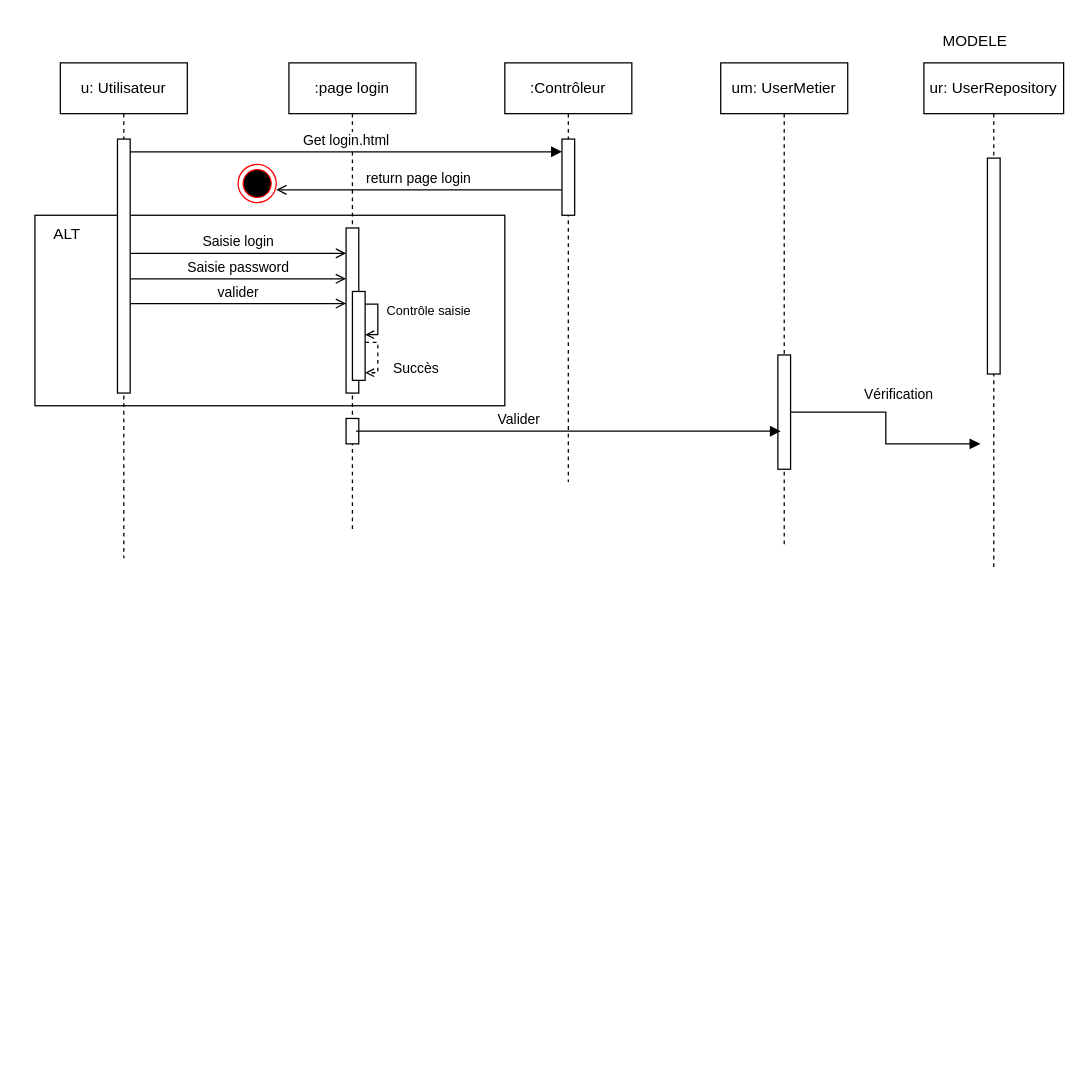
Before: Ecommerce_ds_sauthentifier.drawio in Steony/BeautyBookerApp, a draw.io diagram. Source tidied: cells renumbered, new cells numbered last; positions are measured from the earlier drawing's top-left corner, leaving out a move shared by most shapes. Both pictures are drawn from the tidied source at 127%, with x=0, y=0 at pixel (34, 22).
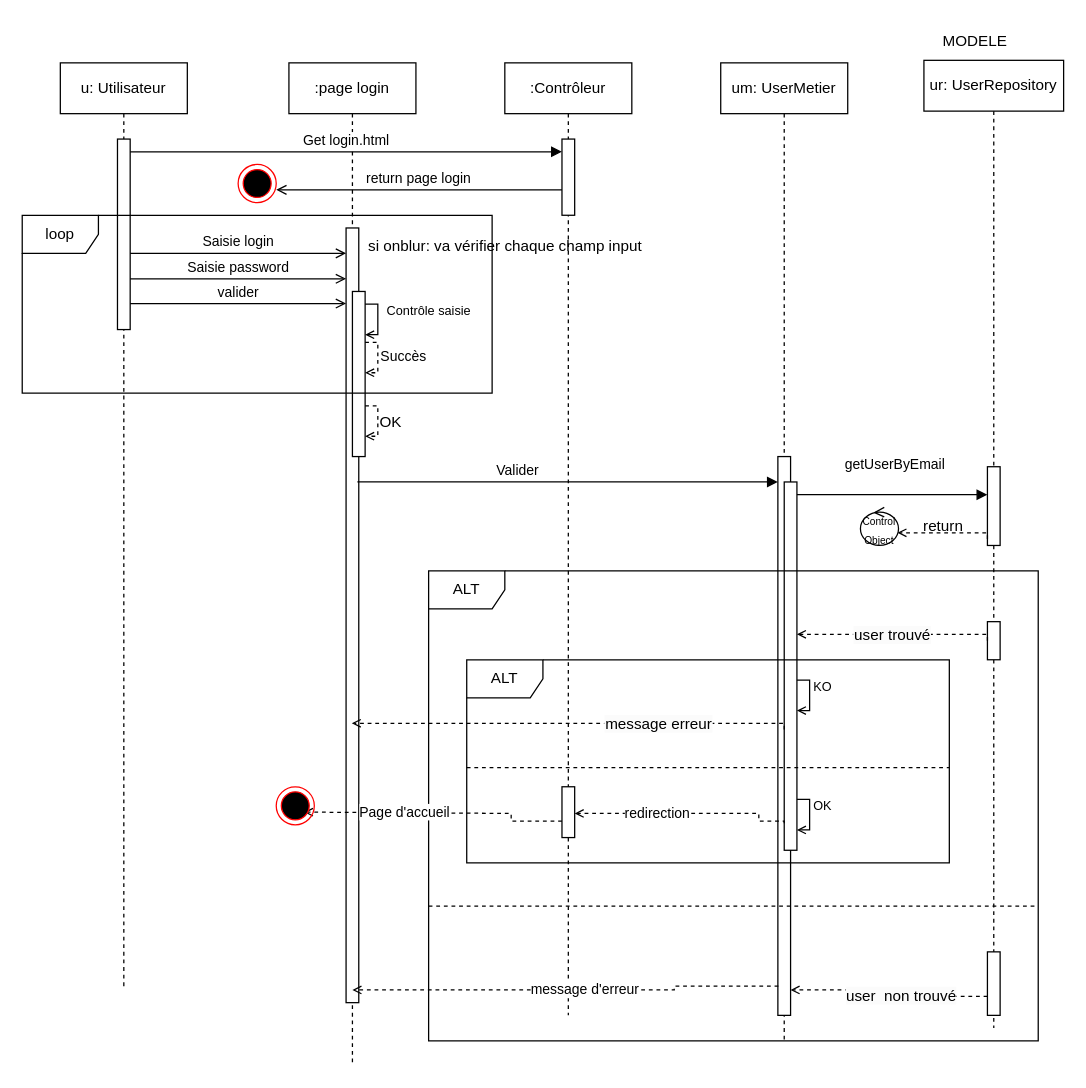
Above is the later version.

Commit message:
Mettre à jour Ecommerce_ds_sauthentifier.drawio

What changed in the source:
```diff
@@
-    <mxCell id="2" style="html=1;whiteSpace=wrap;" parent="1" vertex="1">
-      <mxGeometry y="152" width="370" height="150" as="geometry" />
-    </mxCell>
     <mxCell id="3" value="u: Utilisateur" style="shape=umlLifeline;perimeter=lifelinePerimeter;whiteSpace=wrap;html=1;newEdgeStyle={&quot;edgeStyle&quot;:&quot;elbowEdgeStyle&quot;,&quot;elbow&quot;:&quot;vertical&quot;,&quot;curved&quot;:0,&quot;rounded&quot;:0};" parent="1" vertex="1">
-      <mxGeometry x="20" y="32" width="100" height="390" as="geometry" />
+      <mxGeometry x="20" y="32" width="100" height="730" as="geometry" />
     </mxCell>
     <mxCell id="4" style="html=1;points=[];perimeter=orthogonalPerimeter;outlineConnect=0;targetShapes=umlLifeline;portConstraint=eastwest;newEdgeStyle={&quot;edgeStyle&quot;:&quot;elbowEdgeStyle&quot;,&quot;elbow&quot;:&quot;vertical&quot;,&quot;curved&quot;:0,&quot;rounded&quot;:0};" parent="3" vertex="1">
-      <mxGeometry x="45" y="60" width="10" height="200" as="geometry" />
+      <mxGeometry x="45" y="60" width="10" height="150" as="geometry" />
     </mxCell>
     <mxCell id="5" value=":page login" style="shape=umlLifeline;perimeter=lifelinePerimeter;whiteSpace=wrap;html=1;outlineConnect=0;portConstraint=eastwest;newEdgeStyle={&quot;edgeStyle&quot;:&quot;elbowEdgeStyle&quot;,&quot;elbow&quot;:&quot;vertical&quot;,&quot;curved&quot;:0,&quot;rounded&quot;:0};" parent="1" vertex="1">
-      <mxGeometry x="200" y="32" width="100" height="370" as="geometry" />
+      <mxGeometry x="200" y="32" width="100" height="790" as="geometry" />
     </mxCell>
     <mxCell id="6" style="html=1;points=[];perimeter=orthogonalPerimeter;outlineConnect=0;targetShapes=umlLifeline;portConstraint=eastwest;newEdgeStyle={&quot;edgeStyle&quot;:&quot;elbowEdgeStyle&quot;,&quot;elbow&quot;:&quot;vertical&quot;,&quot;curved&quot;:0,&quot;rounded&quot;:0};" parent="5" vertex="1">
-      <mxGeometry x="45" y="130" width="10" height="130" as="geometry" />
+      <mxGeometry x="45" y="130" width="10" height="610" as="geometry" />
     </mxCell>
     <mxCell id="7" style="html=1;points=[];perimeter=orthogonalPerimeter;outlineConnect=0;targetShapes=umlLifeline;portConstraint=eastwest;newEdgeStyle={&quot;edgeStyle&quot;:&quot;elbowEdgeStyle&quot;,&quot;elbow&quot;:&quot;vertical&quot;,&quot;curved&quot;:0,&quot;rounded&quot;:0};" parent="5" vertex="1">
-      <mxGeometry x="50" y="180" width="10" height="70" as="geometry" />
+      <mxGeometry x="50" y="180" width="10" height="130" as="geometry" />
     </mxCell>
@@
-    <mxCell id="9" style="html=1;perimeter=orthogonalPerimeter;targetShapes=umlLifeline;newEdgeStyle={&quot;edgeStyle&quot;:&quot;elbowEdgeStyle&quot;,&quot;elbow&quot;:&quot;vertical&quot;,&quot;curved&quot;:0,&quot;rounded&quot;:0};" parent="5" vertex="1">
-      <mxGeometry x="45" y="280" width="10" height="20" as="geometry" />
-    </mxCell>
+    <mxCell id="28" style="html=1;verticalAlign=bottom;endArrow=open;edgeStyle=orthogonalEdgeStyle;elbow=vertical;rounded=0;endFill=0;jumpSize=4;startSize=4;endSize=5;dashed=1;" parent="5" edge="1" source="7" target="7">
+      <mxGeometry x="-0.09" y="10" relative="1" as="geometry">
+        <Array as="points">
+          <mxPoint x="70" y="270" />
+          <mxPoint x="70" y="294" />
+        </Array>
+      </mxGeometry>
+    </mxCell>
@@
     <mxCell id="12" value=":Contrôleur" style="shape=umlLifeline;perimeter=lifelinePerimeter;whiteSpace=wrap;html=1;newEdgeStyle={&quot;edgeStyle&quot;:&quot;elbowEdgeStyle&quot;,&quot;elbow&quot;:&quot;vertical&quot;,&quot;curved&quot;:0,&quot;rounded&quot;:0};" parent="1" vertex="1">
-      <mxGeometry x="370" y="32" width="100" height="330" as="geometry" />
+      <mxGeometry x="370" y="32" width="100" height="750" as="geometry" />
     </mxCell>
@@
     <mxCell id="14" value="um: UserMetier" style="shape=umlLifeline;perimeter=lifelinePerimeter;whiteSpace=wrap;html=1;newEdgeStyle={&quot;edgeStyle&quot;:&quot;elbowEdgeStyle&quot;,&quot;elbow&quot;:&quot;vertical&quot;,&quot;curved&quot;:0,&quot;rounded&quot;:0};" parent="1" vertex="1">
-      <mxGeometry x="540" y="32" width="100" height="380" as="geometry" />
+      <mxGeometry x="540" y="32" width="100" height="770" as="geometry" />
     </mxCell>
     <mxCell id="15" style="html=1;points=[];perimeter=orthogonalPerimeter;outlineConnect=0;targetShapes=umlLifeline;portConstraint=eastwest;newEdgeStyle={&quot;edgeStyle&quot;:&quot;elbowEdgeStyle&quot;,&quot;elbow&quot;:&quot;vertical&quot;,&quot;curved&quot;:0,&quot;rounded&quot;:0};" parent="14" vertex="1">
-      <mxGeometry x="45" y="230" width="10" height="90" as="geometry" />
+      <mxGeometry x="45" y="310" width="10" height="440" as="geometry" />
     </mxCell>
+    <mxCell id="29" style="html=1;points=[];perimeter=orthogonalPerimeter;outlineConnect=0;targetShapes=umlLifeline;portConstraint=eastwest;newEdgeStyle={&quot;edgeStyle&quot;:&quot;elbowEdgeStyle&quot;,&quot;elbow&quot;:&quot;vertical&quot;,&quot;curved&quot;:0,&quot;rounded&quot;:0};" parent="14" vertex="1">
+      <mxGeometry x="50" y="330" width="10" height="290" as="geometry" />
+    </mxCell>
     <mxCell id="16" value="ur: UserRepository" style="shape=umlLifeline;perimeter=lifelinePerimeter;whiteSpace=wrap;html=1;newEdgeStyle={&quot;edgeStyle&quot;:&quot;elbowEdgeStyle&quot;,&quot;elbow&quot;:&quot;vertical&quot;,&quot;curved&quot;:0,&quot;rounded&quot;:0};" parent="1" vertex="1">
-      <mxGeometry x="700" y="32" width="110" height="400" as="geometry" />
+      <mxGeometry x="700" y="30" width="110" height="762" as="geometry" />
     </mxCell>
     <mxCell id="17" style="html=1;perimeter=orthogonalPerimeter;targetShapes=umlLifeline;newEdgeStyle={&quot;edgeStyle&quot;:&quot;elbowEdgeStyle&quot;,&quot;elbow&quot;:&quot;vertical&quot;,&quot;curved&quot;:0,&quot;rounded&quot;:0};" parent="16" vertex="1">
-      <mxGeometry x="50" y="75" width="10" height="170" as="geometry" />
+      <mxGeometry x="50" y="320" width="10" height="62" as="geometry" />
     </mxCell>
@@
-    <mxCell id="21" value="Succès" style="html=1;verticalAlign=bottom;endArrow=block;edgeStyle=elbowEdgeStyle;elbow=horizontal;curved=0;rounded=0;" parent="1" edge="1">
-      <mxGeometry x="-0.72" y="40" relative="1" as="geometry">
-        <mxPoint x="252.8" y="322" as="sourcePoint" />
-        <mxPoint x="587.3" y="322" as="targetPoint" />
+    <mxCell id="21" value="Succès" style="html=1;verticalAlign=bottom;endArrow=block;edgeStyle=elbowEdgeStyle;elbow=horizontal;curved=0;rounded=0;" parent="1" edge="1" target="15">
+      <mxGeometry x="-0.78" y="90" relative="1" as="geometry">
+        <mxPoint x="253.9" y="362" as="sourcePoint" />
         <Array as="points">
-          <mxPoint x="330.2" y="322" />
+          <mxPoint x="329.1" y="362" />
         </Array>
       </mxGeometry>
     </mxCell>
@@
-    <mxCell id="23" value="ALT" style="text;html=1;align=center;verticalAlign=middle;strokeColor=none;fillColor=none;" parent="1" vertex="1">
-      <mxGeometry x="5" y="152" width="40" height="30" as="geometry" />
-    </mxCell>
-    <mxCell id="24" value="Vérification" style="html=1;verticalAlign=bottom;endArrow=block;edgeStyle=elbowEdgeStyle;elbow=horizontal;curved=0;rounded=0;" parent="1" edge="1" source="15">
-      <mxGeometry x="-0.14" y="11" relative="1" as="geometry">
-        <mxPoint x="744.5" y="332" as="targetPoint" />
-        <mxPoint x="-1" y="-5" as="offset" />
+    <mxCell id="24" value="getUserByEmail" style="html=1;verticalAlign=bottom;endArrow=block;elbow=vertical;rounded=0;" parent="1" edge="1" source="29">
+      <mxGeometry x="0.03" y="15" relative="1" as="geometry">
+        <mxPoint x="750" y="372" as="targetPoint" />
       </mxGeometry>
     </mxCell>
@@
+    <mxCell id="30" value="si onblur: va vérifier chaque champ input" style="text;html=1;align=center;verticalAlign=middle;strokeColor=none;fillColor=none;" parent="1" vertex="1">
+      <mxGeometry x="250" y="162" width="240" height="30" as="geometry" />
+    </mxCell>
+    <mxCell id="31" value="loop" style="shape=umlFrame;whiteSpace=wrap;html=1;" parent="1" vertex="1">
+      <mxGeometry x="-10" y="152" width="370" height="140" as="geometry" />
+    </mxCell>
+    <mxCell id="32" value="OK" style="text;html=1;align=center;verticalAlign=middle;strokeColor=none;fillColor=none;" parent="1" vertex="1">
+      <mxGeometry x="260" y="300" width="40" height="30" as="geometry" />
+    </mxCell>
+    <mxCell id="33" style="html=1;verticalAlign=bottom;endArrow=open;edgeStyle=orthogonalEdgeStyle;elbow=vertical;rounded=0;endFill=0;jumpSize=4;startSize=4;endSize=5;dashed=1;" parent="1" edge="1" target="43">
+      <mxGeometry x="-0.09" y="10" relative="1" as="geometry">
+        <mxPoint x="750" y="407" as="sourcePoint" />
+        <Array as="points">
+          <mxPoint x="750" y="402" />
+        </Array>
+      </mxGeometry>
+    </mxCell>
+    <mxCell id="34" value="return" style="text;html=1;align=center;verticalAlign=middle;strokeColor=none;fillColor=none;" parent="1" vertex="1">
+      <mxGeometry x="690" y="382" width="50" height="30" as="geometry" />
+    </mxCell>
+    <mxCell id="35" value="ALT" style="shape=umlFrame;whiteSpace=wrap;html=1;" parent="1" vertex="1">
+      <mxGeometry x="310" y="432" width="480" height="370" as="geometry" />
+    </mxCell>
+    <mxCell id="36" style="line;strokeWidth=1;fillColor=none;align=left;verticalAlign=middle;spacingTop=-1;spacingLeft=3;spacingRight=3;labelPosition=right;strokeColor=inherit;dashed=1;" parent="1" vertex="1">
+      <mxGeometry x="310" y="692" width="480" height="8" as="geometry" />
+    </mxCell>
+    <mxCell id="37" style="html=1;perimeter=orthogonalPerimeter;targetShapes=umlLifeline;newEdgeStyle={&quot;edgeStyle&quot;:&quot;elbowEdgeStyle&quot;,&quot;elbow&quot;:&quot;vertical&quot;,&quot;curved&quot;:0,&quot;rounded&quot;:0};" parent="1" vertex="1">
+      <mxGeometry x="750" y="472" width="10" height="30" as="geometry" />
+    </mxCell>
+    <mxCell id="38" style="html=1;points=[];perimeter=orthogonalPerimeter;outlineConnect=0;targetShapes=umlLifeline;portConstraint=eastwest;newEdgeStyle={&quot;edgeStyle&quot;:&quot;elbowEdgeStyle&quot;,&quot;elbow&quot;:&quot;vertical&quot;,&quot;curved&quot;:0,&quot;rounded&quot;:0};" parent="1" vertex="1">
+      <mxGeometry x="750" y="732" width="10" height="50" as="geometry" />
+    </mxCell>
+    <mxCell id="39" style="html=1;verticalAlign=bottom;endArrow=open;edgeStyle=orthogonalEdgeStyle;elbow=vertical;rounded=0;endFill=0;jumpSize=4;startSize=4;endSize=5;dashed=1;" parent="1" edge="1">
+      <mxGeometry x="-0.09" y="10" relative="1" as="geometry">
+        <mxPoint x="750" y="487" as="sourcePoint" />
+        <mxPoint x="600" y="482" as="targetPoint" />
+        <Array as="points">
+          <mxPoint x="750" y="482" />
+        </Array>
+      </mxGeometry>
+    </mxCell>
+    <mxCell id="40" value="&lt;span style=&quot;font-size: 12px; background-color: rgb(251, 251, 251);&quot;&gt;user trouvé&lt;/span&gt;" style="edgeLabel;html=1;align=center;verticalAlign=middle;" parent="39" vertex="1">
+      <mxGeometry x="0.04" relative="1" as="geometry" />
+    </mxCell>
+    <mxCell id="41" style="html=1;verticalAlign=bottom;endArrow=open;edgeStyle=orthogonalEdgeStyle;elbow=vertical;rounded=0;endFill=0;jumpSize=4;startSize=4;endSize=5;dashed=1;" parent="1" edge="1" source="38" target="15">
+      <mxGeometry x="-0.09" y="10" relative="1" as="geometry">
+        <Array as="points">
+          <mxPoint x="673" y="767" />
+          <mxPoint x="673" y="762" />
+        </Array>
+      </mxGeometry>
+    </mxCell>
+    <mxCell id="42" value="&lt;span style=&quot;font-size: 12px; background-color: rgb(251, 251, 251);&quot;&gt;user&amp;nbsp; non trouvé&lt;/span&gt;" style="edgeLabel;html=1;align=center;verticalAlign=middle;" parent="41" vertex="1">
+      <mxGeometry x="-0.14" y="-1" relative="1" as="geometry" />
+    </mxCell>
+    <mxCell id="43" value="&lt;font style=&quot;font-size: 8px;&quot;&gt;Control Object&lt;/font&gt;" style="ellipse;shape=umlControl;whiteSpace=wrap;html=1;" parent="1" vertex="1">
+      <mxGeometry x="650" y="382" width="30" height="30" as="geometry" />
+    </mxCell>
+    <mxCell id="44" style="html=1;verticalAlign=bottom;endArrow=open;edgeStyle=orthogonalEdgeStyle;elbow=vertical;rounded=0;endFill=0;jumpSize=4;startSize=4;endSize=5;dashed=1;" parent="1" edge="1">
+      <mxGeometry x="-0.09" y="10" relative="1" as="geometry">
+        <mxPoint x="585.4" y="759" as="sourcePoint" />
+        <mxPoint x="250" y="762" as="targetPoint" />
+        <Array as="points">
+          <mxPoint x="503.4" y="759" />
+          <mxPoint x="503.4" y="762" />
+        </Array>
+      </mxGeometry>
+    </mxCell>
+    <mxCell id="45" value="message d'erreur" style="edgeLabel;html=1;align=center;verticalAlign=middle;" parent="44" vertex="1">
+      <mxGeometry x="-0.08" y="-1" relative="1" as="geometry" />
+    </mxCell>
+    <mxCell id="46" value="ALT" style="shape=umlFrame;whiteSpace=wrap;html=1;" parent="1" vertex="1">
+      <mxGeometry x="340" y="502" width="380" height="160" as="geometry" />
+    </mxCell>
+    <mxCell id="47" style="line;strokeWidth=1;fillColor=none;align=left;verticalAlign=middle;spacingTop=-1;spacingLeft=3;spacingRight=3;labelPosition=right;strokeColor=inherit;dashed=1;" parent="1" vertex="1">
+      <mxGeometry x="340" y="583" width="380" height="8" as="geometry" />
+    </mxCell>
+    <mxCell id="48" value="&lt;span style=&quot;font-size: 10px;&quot;&gt;KO&lt;/span&gt;" style="html=1;verticalAlign=bottom;endArrow=open;edgeStyle=orthogonalEdgeStyle;elbow=vertical;rounded=0;endFill=0;jumpSize=4;startSize=4;endSize=5;" parent="1" edge="1">
+      <mxGeometry x="0.09" y="10" relative="1" as="geometry">
+        <mxPoint x="600" y="518" as="sourcePoint" />
+        <mxPoint x="600" y="542" as="targetPoint" />
+        <Array as="points">
+          <mxPoint x="610" y="518" />
+        </Array>
+      </mxGeometry>
+    </mxCell>
+    <mxCell id="49" value="&lt;span style=&quot;font-size: 10px;&quot;&gt;OK&lt;/span&gt;" style="html=1;verticalAlign=bottom;endArrow=open;edgeStyle=orthogonalEdgeStyle;elbow=vertical;rounded=0;endFill=0;jumpSize=4;startSize=4;endSize=5;" parent="1" edge="1">
+      <mxGeometry x="0.09" y="10" relative="1" as="geometry">
+        <mxPoint x="600" y="612" as="sourcePoint" />
+        <mxPoint x="600" y="636" as="targetPoint" />
+        <Array as="points">
+          <mxPoint x="610" y="612" />
+        </Array>
+      </mxGeometry>
+    </mxCell>
+    <mxCell id="50" style="html=1;verticalAlign=bottom;endArrow=open;edgeStyle=orthogonalEdgeStyle;elbow=vertical;rounded=0;endFill=0;jumpSize=4;startSize=4;endSize=5;dashed=1;" parent="1" edge="1" target="5">
+      <mxGeometry x="-0.09" y="10" relative="1" as="geometry">
+        <mxPoint x="590" y="557" as="sourcePoint" />
+        <Array as="points">
+          <mxPoint x="590" y="552" />
+        </Array>
+      </mxGeometry>
+    </mxCell>
+    <mxCell id="51" value="&lt;span style=&quot;font-size: 12px; background-color: rgb(251, 251, 251);&quot;&gt;message erreur&lt;/span&gt;" style="edgeLabel;html=1;align=center;verticalAlign=middle;" parent="50" vertex="1">
+      <mxGeometry x="0.04" relative="1" as="geometry">
+        <mxPoint x="75" as="offset" />
+      </mxGeometry>
+    </mxCell>
+    <mxCell id="52" style="html=1;verticalAlign=bottom;endArrow=open;edgeStyle=orthogonalEdgeStyle;elbow=vertical;rounded=0;endFill=0;jumpSize=4;startSize=4;endSize=5;dashed=1;" parent="1" edge="1" target="54">
+      <mxGeometry x="-0.09" y="10" relative="1" as="geometry">
+        <mxPoint x="590" y="630.8" as="sourcePoint" />
+        <Array as="points">
+          <mxPoint x="590" y="629" />
+          <mxPoint x="570" y="629" />
+          <mxPoint x="570" y="623" />
+        </Array>
+      </mxGeometry>
+    </mxCell>
+    <mxCell id="53" value="redirection" style="edgeLabel;html=1;align=center;verticalAlign=middle;" parent="52" vertex="1">
+      <mxGeometry x="0.25" y="-1" relative="1" as="geometry" />
+    </mxCell>
+    <mxCell id="54" style="html=1;points=[];perimeter=orthogonalPerimeter;outlineConnect=0;targetShapes=umlLifeline;portConstraint=eastwest;newEdgeStyle={&quot;edgeStyle&quot;:&quot;elbowEdgeStyle&quot;,&quot;elbow&quot;:&quot;vertical&quot;,&quot;curved&quot;:0,&quot;rounded&quot;:0};" parent="1" vertex="1">
+      <mxGeometry x="415" y="602" width="10" height="40" as="geometry" />
+    </mxCell>
+    <mxCell id="55" style="html=1;verticalAlign=bottom;endArrow=open;edgeStyle=orthogonalEdgeStyle;elbow=vertical;rounded=0;endFill=0;jumpSize=4;startSize=4;endSize=5;dashed=1;entryX=0.728;entryY=0.665;entryDx=0;entryDy=0;entryPerimeter=0;" parent="1" edge="1" source="54" target="57">
+      <mxGeometry x="-0.09" y="10" relative="1" as="geometry">
+        <Array as="points">
+          <mxPoint x="375" y="629" />
+          <mxPoint x="375" y="623" />
+          <mxPoint x="212" y="623" />
+        </Array>
+      </mxGeometry>
+    </mxCell>
+    <mxCell id="56" value="Page d'accueil" style="edgeLabel;html=1;align=center;verticalAlign=middle;" parent="55" vertex="1">
+      <mxGeometry x="0.25" y="-1" relative="1" as="geometry" />
+    </mxCell>
+    <mxCell id="57" style="ellipse;html=1;shape=endState;fillColor=#000000;strokeColor=#ff0000;" parent="1" vertex="1">
+      <mxGeometry x="190" y="602" width="30" height="30" as="geometry" />
+    </mxCell>
```
